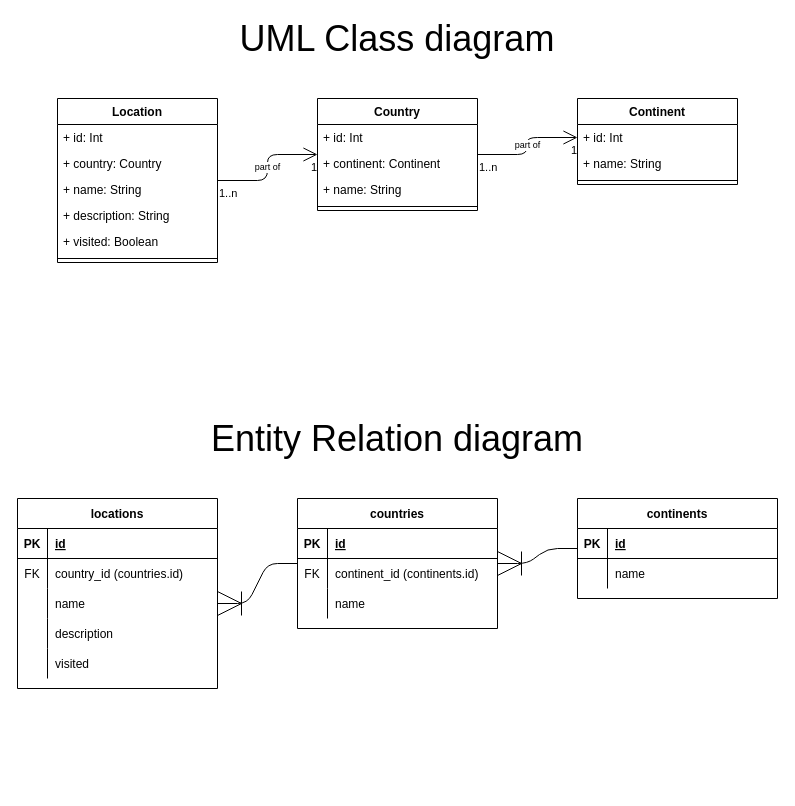
Before: Design/Design.drawio in Michalju/PhotoApp, a draw.io diagram. Source tidied: cells renumbered, new cells numbered last; positions are measured from the earlier drawing's top-left corner, leaving out a move shared by most shapes. Both pictures are drawn from the tidied source at 100%, with x=0, y=0 at pixel (17, 18).
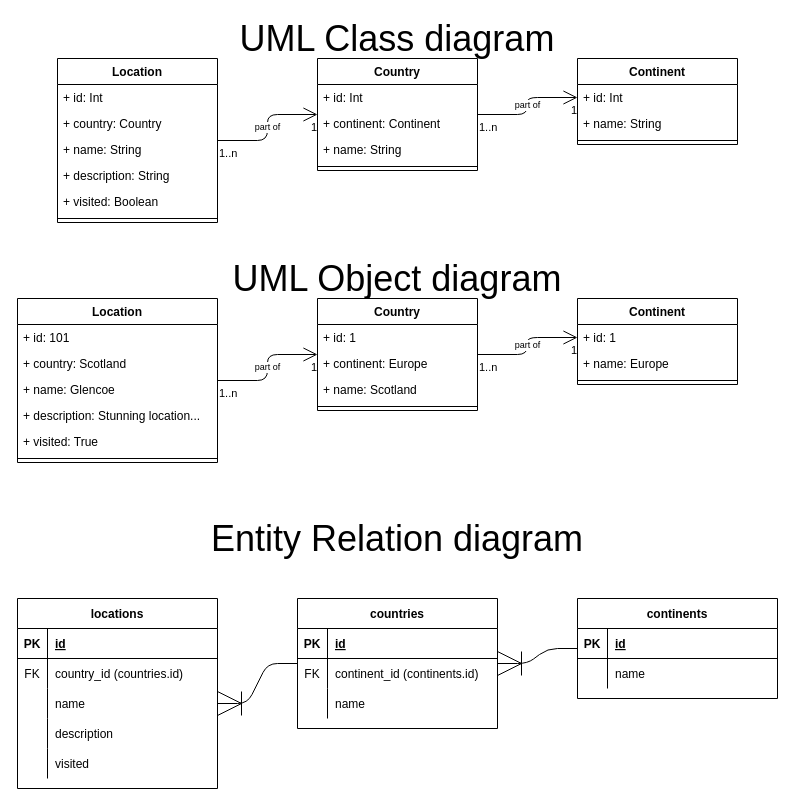
The same diagram, later.

Commit message:
Added UML Object diagram (MVP)

The edit, as a diff of the source:
```diff
@@
     <mxCell id="2" value="Country" style="swimlane;fontStyle=1;align=center;verticalAlign=top;horizontal=1;startSize=26;" parent="1" vertex="1">
-      <mxGeometry x="300" y="80" width="160" height="112" as="geometry" />
+      <mxGeometry x="300" y="40" width="160" height="112" as="geometry" />
     </mxCell>
@@
     <mxCell id="7" value="Location" style="swimlane;fontStyle=1;align=center;verticalAlign=top;horizontal=1;startSize=26;" parent="1" vertex="1">
-      <mxGeometry x="40" y="80" width="160" height="164" as="geometry" />
+      <mxGeometry x="40" y="40" width="160" height="164" as="geometry" />
     </mxCell>
@@
     <mxCell id="17" value="Continent" style="swimlane;fontStyle=1;align=center;verticalAlign=top;horizontal=1;startSize=26;" parent="1" vertex="1">
-      <mxGeometry x="560" y="80" width="160" height="86" as="geometry" />
+      <mxGeometry x="560" y="40" width="160" height="86" as="geometry" />
     </mxCell>
@@
     <mxCell id="25" value="locations" style="shape=table;startSize=30;childLayout=tableLayout;rowLines=0;fontStyle=1;align=center;" parent="1" vertex="1">
-      <mxGeometry y="480" width="200" height="190" as="geometry" />
+      <mxGeometry y="580" width="200" height="190" as="geometry" />
     </mxCell>
@@
     <mxCell id="41" value="countries" style="shape=table;startSize=30;childLayout=tableLayout;rowLines=0;fontStyle=1;align=center;" parent="1" vertex="1">
-      <mxGeometry x="280" y="480" width="200" height="130" as="geometry" />
+      <mxGeometry x="280" y="580" width="200" height="130" as="geometry" />
     </mxCell>
@@
     <mxCell id="52" value="continents" style="shape=table;startSize=30;childLayout=tableLayout;rowLines=0;fontStyle=1;align=center;" parent="1" vertex="1">
-      <mxGeometry x="560" y="480" width="200" height="100" as="geometry" />
+      <mxGeometry x="560" y="580" width="200" height="100" as="geometry" />
     </mxCell>
@@
     <mxCell id="60" value="&lt;font style=&quot;font-size: 36px&quot;&gt;Entity Relation diagram&lt;/font&gt;" style="text;html=1;strokeColor=none;fillColor=none;align=center;verticalAlign=middle;whiteSpace=wrap;rounded=0;" parent="1" vertex="1">
-      <mxGeometry y="400" width="760" height="40" as="geometry" />
+      <mxGeometry y="500" width="760" height="40" as="geometry" />
     </mxCell>
+    <mxCell id="61" value="Country" style="swimlane;fontStyle=1;align=center;verticalAlign=top;horizontal=1;startSize=26;" parent="1" vertex="1">
+      <mxGeometry x="300" y="280" width="160" height="112" as="geometry" />
+    </mxCell>
+    <mxCell id="62" value="+ id: 1" style="text;strokeColor=none;fillColor=none;align=left;verticalAlign=top;spacingLeft=4;spacingRight=4;overflow=hidden;" parent="61" vertex="1">
+      <mxGeometry y="26" width="160" height="26" as="geometry" />
+    </mxCell>
+    <mxCell id="63" value="+ continent: Europe" style="text;strokeColor=none;fillColor=none;align=left;verticalAlign=top;spacingLeft=4;spacingRight=4;overflow=hidden;" parent="61" vertex="1">
+      <mxGeometry y="52" width="160" height="26" as="geometry" />
+    </mxCell>
+    <mxCell id="64" value="+ name: Scotland" style="text;strokeColor=none;fillColor=none;align=left;verticalAlign=top;spacingLeft=4;spacingRight=4;overflow=hidden;" parent="61" vertex="1">
+      <mxGeometry y="78" width="160" height="26" as="geometry" />
+    </mxCell>
+    <mxCell id="65" style="line;strokeWidth=1;fillColor=none;align=left;verticalAlign=middle;spacingTop=-1;spacingLeft=3;spacingRight=3;labelPosition=right;" parent="61" vertex="1">
+      <mxGeometry y="104" width="160" height="8" as="geometry" />
+    </mxCell>
+    <mxCell id="66" value="Location" style="swimlane;fontStyle=1;align=center;verticalAlign=top;horizontal=1;startSize=26;" parent="1" vertex="1">
+      <mxGeometry y="280" width="200" height="164" as="geometry" />
+    </mxCell>
+    <mxCell id="67" value="+ id: 101" style="text;strokeColor=none;fillColor=none;align=left;verticalAlign=top;spacingLeft=4;spacingRight=4;overflow=hidden;" parent="66" vertex="1">
+      <mxGeometry y="26" width="200" height="26" as="geometry" />
+    </mxCell>
+    <mxCell id="68" value="+ country: Scotland" style="text;strokeColor=none;fillColor=none;align=left;verticalAlign=top;spacingLeft=4;spacingRight=4;overflow=hidden;" parent="66" vertex="1">
+      <mxGeometry y="52" width="200" height="26" as="geometry" />
+    </mxCell>
+    <mxCell id="69" value="+ name: Glencoe" style="text;strokeColor=none;fillColor=none;align=left;verticalAlign=top;spacingLeft=4;spacingRight=4;overflow=hidden;" parent="66" vertex="1">
+      <mxGeometry y="78" width="200" height="26" as="geometry" />
+    </mxCell>
+    <mxCell id="70" value="+ description: Stunning location..." style="text;strokeColor=none;fillColor=none;align=left;verticalAlign=top;spacingLeft=4;spacingRight=4;overflow=hidden;" parent="66" vertex="1">
+      <mxGeometry y="104" width="200" height="26" as="geometry" />
+    </mxCell>
+    <mxCell id="71" value="+ visited: True" style="text;strokeColor=none;fillColor=none;align=left;verticalAlign=top;spacingLeft=4;spacingRight=4;overflow=hidden;" parent="66" vertex="1">
+      <mxGeometry y="130" width="200" height="26" as="geometry" />
+    </mxCell>
+    <mxCell id="72" style="line;strokeWidth=1;fillColor=none;align=left;verticalAlign=middle;spacingTop=-1;spacingLeft=3;spacingRight=3;labelPosition=right;" parent="66" vertex="1">
+      <mxGeometry y="156" width="200" height="8" as="geometry" />
+    </mxCell>
+    <mxCell id="73" value="part of" style="endArrow=open;html=1;endSize=12;startArrow=none;startSize=14;startFill=0;edgeStyle=orthogonalEdgeStyle;fontSize=9;" parent="1" edge="1" source="66" target="61">
+      <mxGeometry relative="1" as="geometry" />
+    </mxCell>
+    <mxCell id="74" value="1..n" style="edgeLabel;html=1;align=left;verticalAlign=top;" parent="73" vertex="1">
+      <mxGeometry x="-1" relative="1" as="geometry" />
+    </mxCell>
+    <mxCell id="75" value="1" style="edgeLabel;html=1;align=right;verticalAlign=top;" parent="73" vertex="1">
+      <mxGeometry x="1" relative="1" as="geometry" />
+    </mxCell>
+    <mxCell id="76" value="Continent" style="swimlane;fontStyle=1;align=center;verticalAlign=top;horizontal=1;startSize=26;" parent="1" vertex="1">
+      <mxGeometry x="560" y="280" width="160" height="86" as="geometry" />
+    </mxCell>
+    <mxCell id="77" value="+ id: 1" style="text;strokeColor=none;fillColor=none;align=left;verticalAlign=top;spacingLeft=4;spacingRight=4;overflow=hidden;points=[[0,0.5],[1,0.5]];portConstraint=eastwest;" parent="76" vertex="1">
+      <mxGeometry y="26" width="160" height="26" as="geometry" />
+    </mxCell>
+    <mxCell id="78" value="+ name: Europe" style="text;strokeColor=none;fillColor=none;align=left;verticalAlign=top;spacingLeft=4;spacingRight=4;overflow=hidden;" parent="76" vertex="1">
+      <mxGeometry y="52" width="160" height="26" as="geometry" />
+    </mxCell>
+    <mxCell id="79" style="line;strokeWidth=1;fillColor=none;align=left;verticalAlign=middle;spacingTop=-1;spacingLeft=3;spacingRight=3;labelPosition=right;" parent="76" vertex="1">
+      <mxGeometry y="78" width="160" height="8" as="geometry" />
+    </mxCell>
+    <mxCell id="80" value="part of" style="endArrow=open;html=1;endSize=12;startArrow=none;startSize=14;startFill=0;edgeStyle=orthogonalEdgeStyle;fontSize=9;entryX=0;entryY=0.5;entryDx=0;entryDy=0;" parent="1" edge="1" source="61" target="77">
+      <mxGeometry relative="1" as="geometry" />
+    </mxCell>
+    <mxCell id="81" value="1..n" style="edgeLabel;html=1;align=left;verticalAlign=top;" parent="80" vertex="1">
+      <mxGeometry x="-1" relative="1" as="geometry" />
+    </mxCell>
+    <mxCell id="82" value="1" style="edgeLabel;html=1;align=right;verticalAlign=top;" parent="80" vertex="1">
+      <mxGeometry x="1" relative="1" as="geometry" />
+    </mxCell>
+    <mxCell id="83" value="&lt;font style=&quot;font-size: 36px&quot;&gt;UML Object diagram&lt;/font&gt;" style="text;html=1;strokeColor=none;fillColor=none;align=center;verticalAlign=middle;whiteSpace=wrap;rounded=0;" parent="1" vertex="1">
+      <mxGeometry y="240" width="760" height="40" as="geometry" />
+    </mxCell>
```
